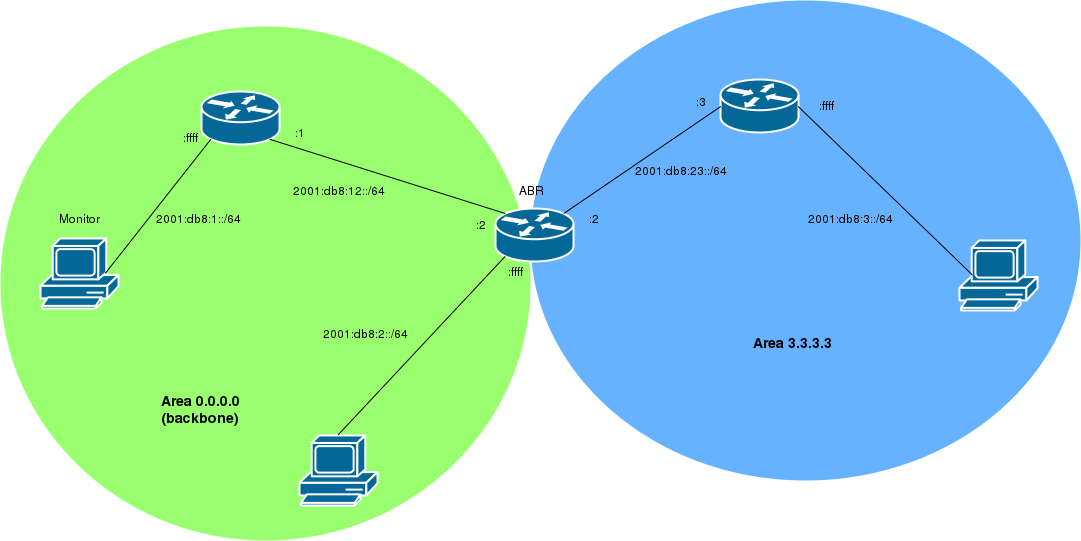
Above: image/3/lsa3.png in werew/tpreseau (draw.io), before the change. Source tidied: cells renumbered, new cells last; positions are measured from the earlier drawing's top-left corner, leaving out a move shared by most shapes. Its diagram source:
```xml
<mxGraphModel background="#ffffff">
  <root>
    <mxCell id="0" />
    <mxCell id="1" parent="0" />
    <mxCell id="2" style="ellipse;whiteSpace=wrap;html=1;fillColor=#66B2FF;strokeColor=none;" parent="1" vertex="1">
      <mxGeometry x="530" width="550" height="480" as="geometry" />
    </mxCell>
    <mxCell id="3" style="ellipse;whiteSpace=wrap;html=1;fillColor=#99FF6E;strokeColor=none;" parent="1" vertex="1">
      <mxGeometry y="26" width="530" height="514" as="geometry" />
    </mxCell>
    <mxCell id="4" style="shape=mxgraph.cisco.routers.router;html=1;dashed=0;fillColor=#036897;strokeColor=#ffffff;strokeWidth=2;verticalLabelPosition=bottom;verticalAlign=top;" parent="1" vertex="1">
      <mxGeometry x="201" y="91" width="78" height="53" as="geometry" />
    </mxCell>
    <mxCell id="5" style="shape=mxgraph.cisco.routers.router;html=1;dashed=0;fillColor=#036897;strokeColor=#ffffff;strokeWidth=2;verticalLabelPosition=bottom;verticalAlign=top;" parent="1" vertex="1">
      <mxGeometry x="495" y="208" width="78" height="53" as="geometry" />
    </mxCell>
    <mxCell id="6" style="shape=mxgraph.cisco.routers.router;html=1;dashed=0;fillColor=#036897;strokeColor=#ffffff;strokeWidth=2;verticalLabelPosition=bottom;verticalAlign=top;" parent="1" vertex="1">
      <mxGeometry x="720" y="79" width="78" height="53" as="geometry" />
    </mxCell>
    <mxCell id="7" style="shape=mxgraph.cisco.computers_and_peripherals.pc;html=1;dashed=0;fillColor=#036897;strokeColor=#ffffff;strokeWidth=2;verticalLabelPosition=bottom;verticalAlign=top;" parent="1" vertex="1">
      <mxGeometry x="40" y="238" width="78" height="70" as="geometry" />
    </mxCell>
    <mxCell id="8" style="shape=mxgraph.cisco.computers_and_peripherals.pc;html=1;dashed=0;fillColor=#036897;strokeColor=#ffffff;strokeWidth=2;verticalLabelPosition=bottom;verticalAlign=top;" parent="1" vertex="1">
      <mxGeometry x="299" y="435" width="78" height="70" as="geometry" />
    </mxCell>
    <mxCell id="9" style="shape=mxgraph.cisco.computers_and_peripherals.pc;html=1;dashed=0;fillColor=#036897;strokeColor=#ffffff;strokeWidth=2;verticalLabelPosition=bottom;verticalAlign=top;" parent="1" vertex="1">
      <mxGeometry x="959" y="240" width="78" height="70" as="geometry" />
    </mxCell>
    <mxCell id="10" style="endArrow=none;html=1;entryX=0.88;entryY=0.9;entryPerimeter=0;exitX=0.12;exitY=0.1;exitPerimeter=0;" parent="1" edge="1" source="5" target="4">
      <mxGeometry relative="1" as="geometry" />
    </mxCell>
    <mxCell id="11" style="endArrow=none;html=1;exitX=0.88;exitY=0.1;exitPerimeter=0;entryX=0;entryY=0.5;entryPerimeter=0;" parent="1" edge="1" source="5" target="6">
      <mxGeometry relative="1" as="geometry" />
    </mxCell>
    <mxCell id="12" style="endArrow=none;html=1;exitX=1;exitY=0.5;exitPerimeter=0;entryX=0.16;entryY=0.5;entryPerimeter=0;" parent="1" edge="1" source="6" target="9">
      <mxGeometry relative="1" as="geometry" />
    </mxCell>
    <mxCell id="13" style="endArrow=none;html=1;entryX=0.12;entryY=0.9;entryPerimeter=0;exitX=0.5;exitY=0;exitPerimeter=0;" parent="1" edge="1" source="8" target="5">
      <mxGeometry relative="1" as="geometry" />
    </mxCell>
    <mxCell id="14" style="endArrow=none;html=1;exitX=0.83;exitY=0.5;exitPerimeter=0;entryX=0.12;entryY=0.9;entryPerimeter=0;" parent="1" edge="1" source="7" target="4">
      <mxGeometry relative="1" as="geometry" />
    </mxCell>
    <mxCell id="15" value="&lt;b&gt;&lt;font style=&quot;font-size: 14px&quot;&gt;Area 0.0.0.0&lt;br&gt;(backbone)&lt;br&gt;&lt;/font&gt;&lt;/b&gt;" style="text;html=1;strokeColor=none;fillColor=none;align=center;verticalAlign=middle;whiteSpace=wrap;" parent="1" vertex="1">
      <mxGeometry x="148" y="383" width="102" height="52" as="geometry" />
    </mxCell>
    <mxCell id="16" value="&lt;font style=&quot;font-size: 14px&quot;&gt;&lt;b&gt;Area 3.3.3.3&lt;br&gt;&lt;/b&gt;&lt;/font&gt;" style="text;html=1;strokeColor=none;fillColor=none;align=center;verticalAlign=middle;whiteSpace=wrap;" parent="1" vertex="1">
      <mxGeometry x="746" y="320" width="90" height="45" as="geometry" />
    </mxCell>
    <mxCell id="17" value="2001:db8:12::/64" style="text;html=1;strokeColor=none;fillColor=none;align=center;verticalAlign=middle;whiteSpace=wrap;" parent="1" vertex="1">
      <mxGeometry x="294" y="180" width="88" height="20" as="geometry" />
    </mxCell>
    <mxCell id="18" value="2001:db8:23::/64" style="text;html=1;strokeColor=none;fillColor=none;align=center;verticalAlign=middle;whiteSpace=wrap;" parent="1" vertex="1">
      <mxGeometry x="660" y="160" width="40" height="20" as="geometry" />
    </mxCell>
    <mxCell id="19" value="2001:db8:1::/64" style="text;html=1;strokeColor=none;fillColor=none;align=center;verticalAlign=middle;whiteSpace=wrap;" parent="1" vertex="1">
      <mxGeometry x="178" y="208" width="40" height="20" as="geometry" />
    </mxCell>
    <mxCell id="20" value="2001:db8:2::/64" style="text;html=1;strokeColor=none;fillColor=none;align=center;verticalAlign=middle;whiteSpace=wrap;" parent="1" vertex="1">
      <mxGeometry x="330" y="323" width="70" height="20" as="geometry" />
    </mxCell>
    <mxCell id="21" value="2001:db8:3::/64" style="text;html=1;strokeColor=none;fillColor=none;align=center;verticalAlign=middle;whiteSpace=wrap;" parent="1" vertex="1">
      <mxGeometry x="805" y="208" width="90" height="20" as="geometry" />
    </mxCell>
    <mxCell id="22" value="Monitor" style="text;html=1;strokeColor=none;fillColor=none;align=center;verticalAlign=middle;whiteSpace=wrap;" parent="1" vertex="1">
      <mxGeometry x="59" y="208" width="40" height="20" as="geometry" />
    </mxCell>
    <mxCell id="23" value="ABR" style="text;html=1;strokeColor=none;fillColor=none;align=center;verticalAlign=middle;whiteSpace=wrap;" parent="1" vertex="1">
      <mxGeometry x="510" y="180" width="40" height="20" as="geometry" />
    </mxCell>
    <mxCell id="24" value=":ffff" style="text;html=1;strokeColor=none;fillColor=none;align=center;verticalAlign=middle;whiteSpace=wrap;" parent="1" vertex="1">
      <mxGeometry x="170" y="127" width="40" height="20" as="geometry" />
    </mxCell>
    <mxCell id="25" value=":1" style="text;html=1;strokeColor=none;fillColor=none;align=center;verticalAlign=middle;whiteSpace=wrap;" parent="1" vertex="1">
      <mxGeometry x="279" y="122" width="40" height="20" as="geometry" />
    </mxCell>
    <mxCell id="26" value=":2" style="text;html=1;strokeColor=none;fillColor=none;align=center;verticalAlign=middle;whiteSpace=wrap;" parent="1" vertex="1">
      <mxGeometry x="460" y="214" width="40" height="20" as="geometry" />
    </mxCell>
    <mxCell id="27" value=":ffff" style="text;html=1;strokeColor=none;fillColor=none;align=center;verticalAlign=middle;whiteSpace=wrap;" parent="1" vertex="1">
      <mxGeometry x="494" y="261" width="40" height="20" as="geometry" />
    </mxCell>
    <mxCell id="28" value=":2" style="text;html=1;strokeColor=none;fillColor=none;align=center;verticalAlign=middle;whiteSpace=wrap;" parent="1" vertex="1">
      <mxGeometry x="573" y="208" width="40" height="20" as="geometry" />
    </mxCell>
    <mxCell id="29" value=":3" style="text;html=1;strokeColor=none;fillColor=none;align=center;verticalAlign=middle;whiteSpace=wrap;" parent="1" vertex="1">
      <mxGeometry x="680" y="91" width="40" height="20" as="geometry" />
    </mxCell>
    <mxCell id="30" value=":ffff" style="text;html=1;strokeColor=none;fillColor=none;align=center;verticalAlign=middle;whiteSpace=wrap;" parent="1" vertex="1">
      <mxGeometry x="805" y="95" width="40" height="20" as="geometry" />
    </mxCell>
  </root>
</mxGraphModel>
```
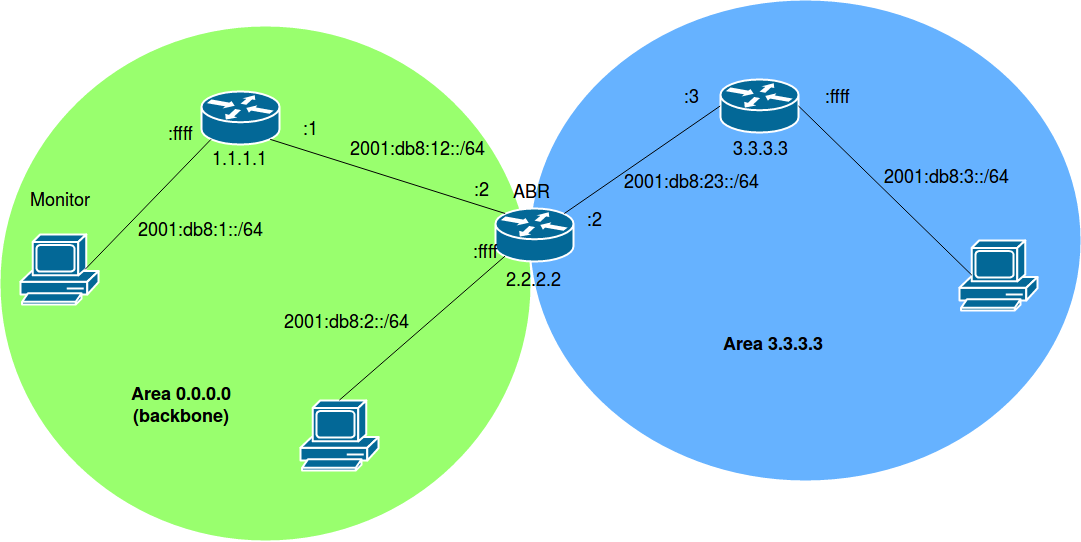
The same file after the commit.

What changed in the source:
```diff
@@ -18,10 +18,10 @@
       <mxGeometry x="720" y="79" width="78" height="53" as="geometry" />
     </mxCell>
     <mxCell id="7" style="shape=mxgraph.cisco.computers_and_peripherals.pc;html=1;dashed=0;fillColor=#036897;strokeColor=#ffffff;strokeWidth=2;verticalLabelPosition=bottom;verticalAlign=top;" parent="1" vertex="1">
-      <mxGeometry x="40" y="238" width="78" height="70" as="geometry" />
+      <mxGeometry x="20" y="234" width="78" height="70" as="geometry" />
     </mxCell>
     <mxCell id="8" style="shape=mxgraph.cisco.computers_and_peripherals.pc;html=1;dashed=0;fillColor=#036897;strokeColor=#ffffff;strokeWidth=2;verticalLabelPosition=bottom;verticalAlign=top;" parent="1" vertex="1">
-      <mxGeometry x="299" y="435" width="78" height="70" as="geometry" />
+      <mxGeometry x="300" y="400" width="78" height="70" as="geometry" />
     </mxCell>
     <mxCell id="9" style="shape=mxgraph.cisco.computers_and_peripherals.pc;html=1;dashed=0;fillColor=#036897;strokeColor=#ffffff;strokeWidth=2;verticalLabelPosition=bottom;verticalAlign=top;" parent="1" vertex="1">
       <mxGeometry x="959" y="240" width="78" height="70" as="geometry" />
@@ -41,53 +41,62 @@
     <mxCell id="14" style="endArrow=none;html=1;exitX=0.83;exitY=0.5;exitPerimeter=0;entryX=0.12;entryY=0.9;entryPerimeter=0;" parent="1" edge="1" source="7" target="4">
       <mxGeometry relative="1" as="geometry" />
     </mxCell>
-    <mxCell id="15" value="&lt;b&gt;&lt;font style=&quot;font-size: 14px&quot;&gt;Area 0.0.0.0&lt;br&gt;(backbone)&lt;br&gt;&lt;/font&gt;&lt;/b&gt;" style="text;html=1;strokeColor=none;fillColor=none;align=center;verticalAlign=middle;whiteSpace=wrap;" parent="1" vertex="1">
-      <mxGeometry x="148" y="383" width="102" height="52" as="geometry" />
-    </mxCell>
-    <mxCell id="16" value="&lt;font style=&quot;font-size: 14px&quot;&gt;&lt;b&gt;Area 3.3.3.3&lt;br&gt;&lt;/b&gt;&lt;/font&gt;" style="text;html=1;strokeColor=none;fillColor=none;align=center;verticalAlign=middle;whiteSpace=wrap;" parent="1" vertex="1">
-      <mxGeometry x="746" y="320" width="90" height="45" as="geometry" />
+    <mxCell id="16" value="&lt;font style=&quot;font-size: 18px&quot;&gt;&lt;b&gt;Area 3.3.3.3&lt;br&gt;&lt;/b&gt;&lt;/font&gt;" style="text;html=1;strokeColor=none;fillColor=none;align=center;verticalAlign=middle;whiteSpace=wrap;" parent="1" vertex="1">
+      <mxGeometry x="710" y="320" width="126" height="45" as="geometry" />
     </mxCell>
-    <mxCell id="17" value="2001:db8:12::/64" style="text;html=1;strokeColor=none;fillColor=none;align=center;verticalAlign=middle;whiteSpace=wrap;" parent="1" vertex="1">
-      <mxGeometry x="294" y="180" width="88" height="20" as="geometry" />
+    <mxCell id="17" value="&lt;font style=&quot;font-size: 18px&quot;&gt;2001:db8:12::/64&lt;/font&gt;" style="text;html=1;strokeColor=none;fillColor=none;align=center;verticalAlign=middle;whiteSpace=wrap;" parent="1" vertex="1">
+      <mxGeometry x="372" y="137" width="88" height="20" as="geometry" />
     </mxCell>
-    <mxCell id="18" value="2001:db8:23::/64" style="text;html=1;strokeColor=none;fillColor=none;align=center;verticalAlign=middle;whiteSpace=wrap;" parent="1" vertex="1">
-      <mxGeometry x="660" y="160" width="40" height="20" as="geometry" />
+    <mxCell id="18" value="&lt;font style=&quot;font-size: 18px&quot;&gt;2001:db8:23::/64&lt;/font&gt;" style="text;html=1;strokeColor=none;fillColor=none;align=center;verticalAlign=middle;whiteSpace=wrap;" parent="1" vertex="1">
+      <mxGeometry x="670" y="170" width="40" height="20" as="geometry" />
     </mxCell>
-    <mxCell id="19" value="2001:db8:1::/64" style="text;html=1;strokeColor=none;fillColor=none;align=center;verticalAlign=middle;whiteSpace=wrap;" parent="1" vertex="1">
-      <mxGeometry x="178" y="208" width="40" height="20" as="geometry" />
+    <mxCell id="19" value="&lt;font style=&quot;font-size: 18px&quot;&gt;2001:db8:1::/64&lt;/font&gt;" style="text;html=1;strokeColor=none;fillColor=none;align=center;verticalAlign=middle;whiteSpace=wrap;" parent="1" vertex="1">
+      <mxGeometry x="180" y="218" width="40" height="20" as="geometry" />
     </mxCell>
-    <mxCell id="20" value="2001:db8:2::/64" style="text;html=1;strokeColor=none;fillColor=none;align=center;verticalAlign=middle;whiteSpace=wrap;" parent="1" vertex="1">
-      <mxGeometry x="330" y="323" width="70" height="20" as="geometry" />
+    <mxCell id="20" value="&lt;font style=&quot;font-size: 18px&quot;&gt;2001:db8:2::/64&lt;/font&gt;" style="text;html=1;strokeColor=none;fillColor=none;align=center;verticalAlign=middle;whiteSpace=wrap;" parent="1" vertex="1">
+      <mxGeometry x="310" y="310" width="70" height="20" as="geometry" />
     </mxCell>
-    <mxCell id="21" value="2001:db8:3::/64" style="text;html=1;strokeColor=none;fillColor=none;align=center;verticalAlign=middle;whiteSpace=wrap;" parent="1" vertex="1">
-      <mxGeometry x="805" y="208" width="90" height="20" as="geometry" />
+    <mxCell id="21" value="&lt;font style=&quot;font-size: 18px&quot;&gt;2001:db8:3::/64&lt;/font&gt;" style="text;html=1;strokeColor=none;fillColor=none;align=center;verticalAlign=middle;whiteSpace=wrap;" parent="1" vertex="1">
+      <mxGeometry x="900" y="165" width="90" height="20" as="geometry" />
     </mxCell>
-    <mxCell id="22" value="Monitor" style="text;html=1;strokeColor=none;fillColor=none;align=center;verticalAlign=middle;whiteSpace=wrap;" parent="1" vertex="1">
-      <mxGeometry x="59" y="208" width="40" height="20" as="geometry" />
+    <mxCell id="22" value="&lt;font style=&quot;font-size: 18px&quot;&gt;Monitor&lt;/font&gt;" style="text;html=1;strokeColor=none;fillColor=none;align=center;verticalAlign=middle;whiteSpace=wrap;" parent="1" vertex="1">
+      <mxGeometry x="39" y="188" width="40" height="20" as="geometry" />
     </mxCell>
-    <mxCell id="23" value="ABR" style="text;html=1;strokeColor=none;fillColor=none;align=center;verticalAlign=middle;whiteSpace=wrap;" parent="1" vertex="1">
+    <mxCell id="23" value="&lt;font style=&quot;font-size: 18px&quot;&gt;ABR&lt;/font&gt;" style="text;html=1;strokeColor=none;fillColor=none;align=center;verticalAlign=middle;whiteSpace=wrap;" parent="1" vertex="1">
       <mxGeometry x="510" y="180" width="40" height="20" as="geometry" />
     </mxCell>
-    <mxCell id="24" value=":ffff" style="text;html=1;strokeColor=none;fillColor=none;align=center;verticalAlign=middle;whiteSpace=wrap;" parent="1" vertex="1">
-      <mxGeometry x="170" y="127" width="40" height="20" as="geometry" />
+    <mxCell id="24" value="&lt;font style=&quot;font-size: 18px&quot;&gt;:ffff&lt;/font&gt;" style="text;html=1;strokeColor=none;fillColor=none;align=center;verticalAlign=middle;whiteSpace=wrap;" parent="1" vertex="1">
+      <mxGeometry x="160" y="122" width="40" height="20" as="geometry" />
     </mxCell>
-    <mxCell id="25" value=":1" style="text;html=1;strokeColor=none;fillColor=none;align=center;verticalAlign=middle;whiteSpace=wrap;" parent="1" vertex="1">
-      <mxGeometry x="279" y="122" width="40" height="20" as="geometry" />
+    <mxCell id="25" value="&lt;font style=&quot;font-size: 18px&quot;&gt;:1&lt;/font&gt;" style="text;html=1;strokeColor=none;fillColor=none;align=center;verticalAlign=middle;whiteSpace=wrap;" parent="1" vertex="1">
+      <mxGeometry x="290" y="117" width="40" height="20" as="geometry" />
     </mxCell>
-    <mxCell id="26" value=":2" style="text;html=1;strokeColor=none;fillColor=none;align=center;verticalAlign=middle;whiteSpace=wrap;" parent="1" vertex="1">
-      <mxGeometry x="460" y="214" width="40" height="20" as="geometry" />
+    <mxCell id="26" value="&lt;font style=&quot;font-size: 18px&quot;&gt;:2&lt;/font&gt;" style="text;html=1;strokeColor=none;fillColor=none;align=center;verticalAlign=middle;whiteSpace=wrap;" parent="1" vertex="1">
+      <mxGeometry x="460" y="178" width="40" height="20" as="geometry" />
     </mxCell>
-    <mxCell id="27" value=":ffff" style="text;html=1;strokeColor=none;fillColor=none;align=center;verticalAlign=middle;whiteSpace=wrap;" parent="1" vertex="1">
-      <mxGeometry x="494" y="261" width="40" height="20" as="geometry" />
+    <mxCell id="27" value="&lt;font style=&quot;font-size: 18px&quot;&gt;:ffff&lt;/font&gt;" style="text;html=1;strokeColor=none;fillColor=none;align=center;verticalAlign=middle;whiteSpace=wrap;" parent="1" vertex="1">
+      <mxGeometry x="464" y="240" width="40" height="20" as="geometry" />
     </mxCell>
-    <mxCell id="28" value=":2" style="text;html=1;strokeColor=none;fillColor=none;align=center;verticalAlign=middle;whiteSpace=wrap;" parent="1" vertex="1">
+    <mxCell id="28" value="&lt;font style=&quot;font-size: 18px&quot;&gt;:2&lt;/font&gt;" style="text;html=1;strokeColor=none;fillColor=none;align=center;verticalAlign=middle;whiteSpace=wrap;" parent="1" vertex="1">
       <mxGeometry x="573" y="208" width="40" height="20" as="geometry" />
     </mxCell>
-    <mxCell id="29" value=":3" style="text;html=1;strokeColor=none;fillColor=none;align=center;verticalAlign=middle;whiteSpace=wrap;" parent="1" vertex="1">
-      <mxGeometry x="680" y="91" width="40" height="20" as="geometry" />
+    <mxCell id="29" value="&lt;font style=&quot;font-size: 18px&quot;&gt;:3&lt;/font&gt;" style="text;html=1;strokeColor=none;fillColor=none;align=center;verticalAlign=middle;whiteSpace=wrap;" parent="1" vertex="1">
+      <mxGeometry x="670" y="85" width="40" height="20" as="geometry" />
     </mxCell>
-    <mxCell id="30" value=":ffff" style="text;html=1;strokeColor=none;fillColor=none;align=center;verticalAlign=middle;whiteSpace=wrap;" parent="1" vertex="1">
-      <mxGeometry x="805" y="95" width="40" height="20" as="geometry" />
+    <mxCell id="30" value="&lt;font style=&quot;font-size: 18px&quot;&gt;:ffff&lt;/font&gt;" style="text;html=1;strokeColor=none;fillColor=none;align=center;verticalAlign=middle;whiteSpace=wrap;" parent="1" vertex="1">
+      <mxGeometry x="816" y="85" width="40" height="20" as="geometry" />
     </mxCell>
+    <mxCell id="15" value="&lt;font style=&quot;font-size: 18px&quot;&gt;&lt;b&gt;Area 0.0.0.0&lt;br&gt;(backbone)&lt;br&gt;&lt;/b&gt;&lt;/font&gt;" style="text;html=1;strokeColor=none;fillColor=none;align=center;verticalAlign=middle;whiteSpace=wrap;" parent="1" vertex="1">
+      <mxGeometry x="118" y="380" width="126" height="45" as="geometry" />
+    </mxCell>
+    <mxCell id="31" value="&lt;font style=&quot;font-size: 18px&quot;&gt;3.3.3.3&lt;/font&gt;" style="text;html=1;strokeColor=none;fillColor=none;align=center;verticalAlign=middle;whiteSpace=wrap;" parent="1" vertex="1">
+      <mxGeometry x="739" y="137" width="40" height="20" as="geometry" />
+    </mxCell>
+    <mxCell id="32" value="&lt;font style=&quot;font-size: 18px&quot;&gt;2.2.2.2&lt;/font&gt;" style="text;html=1;" parent="1" vertex="1">
+      <mxGeometry x="504" y="261" width="60" height="30" as="geometry" />
+    </mxCell>
+    <mxCell id="33" value="&lt;font style=&quot;font-size: 18px&quot;&gt;1.1.1.1&lt;/font&gt;" style="text;html=1;" parent="1" vertex="1">
+      <mxGeometry x="210" y="140" width="60" height="30" as="geometry" />
+    </mxCell>
   </root>
 </mxGraphModel>
```
